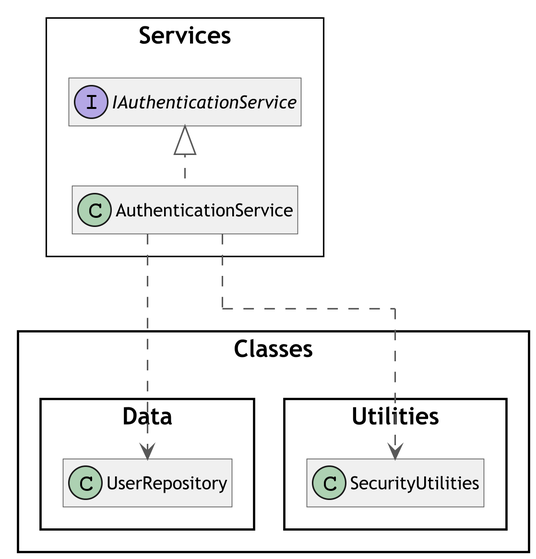
connormcharg/school-work keeps this PlantUML diagram as NEA-Final/Writeup/Design/Class Diagrams/Backend/Services/AuthenticationService.png. Above is the earlier version.
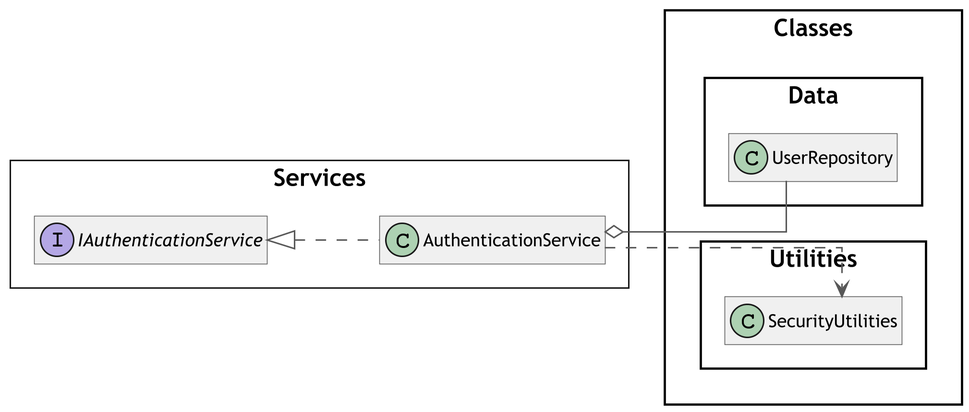
The same diagram one commit later.

Change to the diagram source:
```diff
@@ -21,7 +21,6 @@
 skinparam ranksep 75
 skinparam groupInheritance 2
 skinparam packageStyle Rectangle
-!pragma layout elk
 
 left to right direction
 
@@ -30,7 +29,7 @@
     interface IAuthenticationService
 }
 
-AuthenticationService ..> Classes.Data.UserRepository
+AuthenticationService o-- Classes.Data.UserRepository
 AuthenticationService ..> Classes.Utilities.SecurityUtilities
 
 hide members
```
